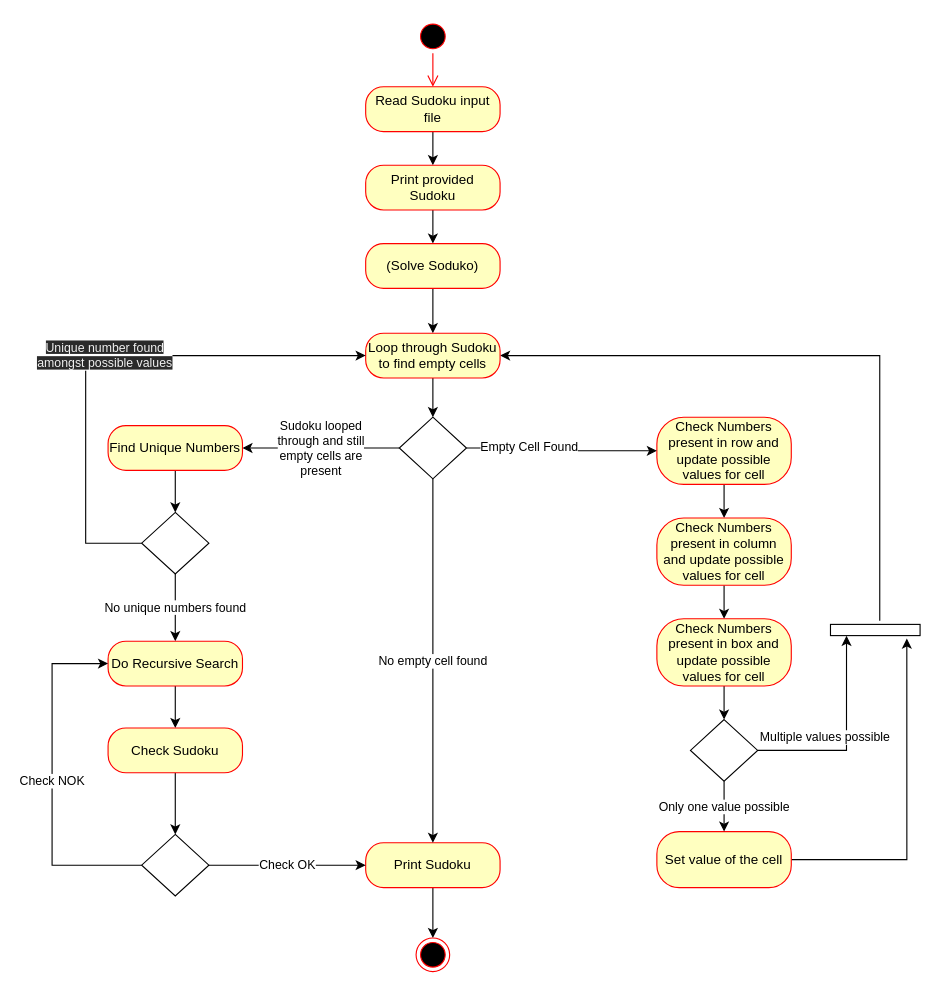
Before: projects/miniProject/Documentation/activity_diagram.drawio in cbengt21/cpp-course-alten, a draw.io diagram. Source tidied: cells renumbered, new cells numbered last; positions are measured from the earlier drawing's top-left corner, leaving out a move shared by most shapes. Both pictures are drawn from the tidied source at 112%, with x=0, y=0 at pixel (52, 19).
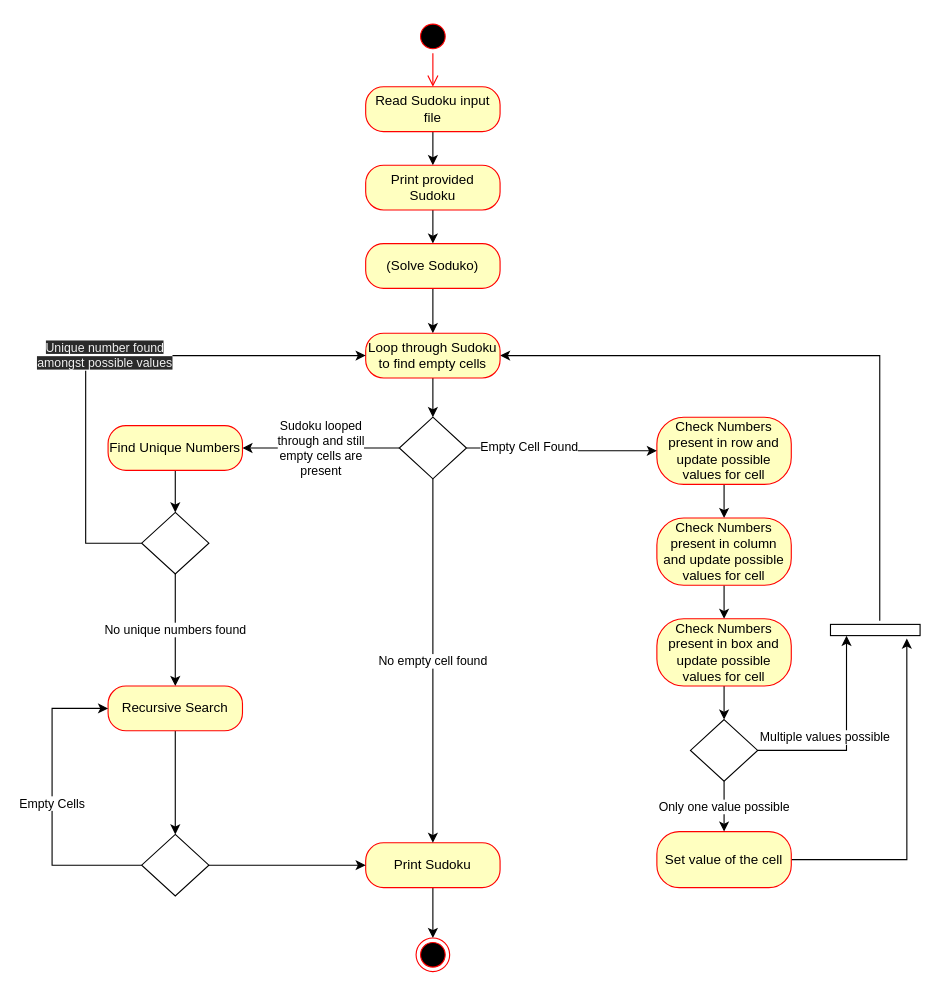
The same page after the edit.

Unchanged cells that the change refers to:
```xml
<mxCell id="11" value="Print Sudoku" style="rounded=1;whiteSpace=wrap;html=1;arcSize=40;fontColor=#000000;fillColor=#ffffc0;strokeColor=#ff0000;" parent="1" vertex="1">
  <mxGeometry x="280" y="735" width="120" height="40" as="geometry" />
</mxCell>
<mxCell id="42" style="rhombus;whiteSpace=wrap;html=1;" parent="1" vertex="1">
  <mxGeometry x="80" y="727.5" width="60" height="55" as="geometry" />
</mxCell>
```

Change to the diagram source:
```diff
@@
-    <mxCell id="38" style="edgeStyle=orthogonalEdgeStyle;rounded=0;jettySize=auto;html=1;exitX=0.5;exitY=1;exitDx=0;exitDy=0;entryX=0.5;entryY=0;entryDx=0;entryDy=0;" parent="1" edge="1" source="39" target="44">
+    <mxCell id="38" style="edgeStyle=orthogonalEdgeStyle;rounded=0;jettySize=auto;html=1;exitX=0.5;exitY=1;exitDx=0;exitDy=0;entryX=0.5;entryY=0;entryDx=0;entryDy=0;" parent="1" edge="1" source="39" target="42">
       <mxGeometry relative="1" as="geometry" />
     </mxCell>
-    <mxCell id="39" value="Do Recursive Search" style="rounded=1;whiteSpace=wrap;html=1;arcSize=40;fontColor=#000000;fillColor=#ffffc0;strokeColor=#ff0000;" parent="1" vertex="1">
-      <mxGeometry x="50" y="555" width="120" height="40" as="geometry" />
+    <mxCell id="39" value="Recursive Search" style="rounded=1;whiteSpace=wrap;html=1;arcSize=40;fontColor=#000000;fillColor=#ffffc0;strokeColor=#ff0000;" parent="1" vertex="1">
+      <mxGeometry x="50" y="595" width="120" height="40" as="geometry" />
     </mxCell>
-    <mxCell id="40" value="Check NOK" style="edgeStyle=orthogonalEdgeStyle;rounded=0;jettySize=auto;html=1;exitX=0;exitY=0.5;exitDx=0;exitDy=0;entryX=0;entryY=0.5;entryDx=0;entryDy=0;" parent="1" edge="1" source="42" target="39">
+    <mxCell id="40" value="Empty Cells" style="edgeStyle=orthogonalEdgeStyle;rounded=0;jettySize=auto;html=1;exitX=0;exitY=0.5;exitDx=0;exitDy=0;entryX=0;entryY=0.5;entryDx=0;entryDy=0;" parent="1" edge="1" source="42" target="39">
       <mxGeometry relative="1" as="geometry">
         <Array as="points">
           <mxPoint y="755" />
-          <mxPoint y="575" />
+          <mxPoint y="615" />
         </Array>
       </mxGeometry>
     </mxCell>
-    <mxCell id="41" value="Check OK" style="edgeStyle=orthogonalEdgeStyle;rounded=0;jettySize=auto;html=1;exitX=1;exitY=0.5;exitDx=0;exitDy=0;entryX=0;entryY=0.5;entryDx=0;entryDy=0;" parent="1" edge="1" source="42" target="11">
+    <mxCell id="41" style="edgeStyle=orthogonalEdgeStyle;rounded=0;jettySize=auto;html=1;exitX=1;exitY=0.5;exitDx=0;exitDy=0;entryX=0;entryY=0.5;entryDx=0;entryDy=0;" parent="1" edge="1" source="42" target="11">
       <mxGeometry relative="1" as="geometry" />
     </mxCell>
@@
-    <mxCell id="43" style="edgeStyle=orthogonalEdgeStyle;rounded=0;jettySize=auto;html=1;exitX=0.5;exitY=1;exitDx=0;exitDy=0;entryX=0.5;entryY=0;entryDx=0;entryDy=0;" parent="1" edge="1" source="44" target="42">
-      <mxGeometry relative="1" as="geometry" />
-    </mxCell>
-    <mxCell id="44" value="Check Sudoku" style="rounded=1;whiteSpace=wrap;html=1;arcSize=40;fontColor=#000000;fillColor=#ffffc0;strokeColor=#ff0000;" parent="1" vertex="1">
-      <mxGeometry x="50" y="632.5" width="120" height="40" as="geometry" />
-    </mxCell>
```
